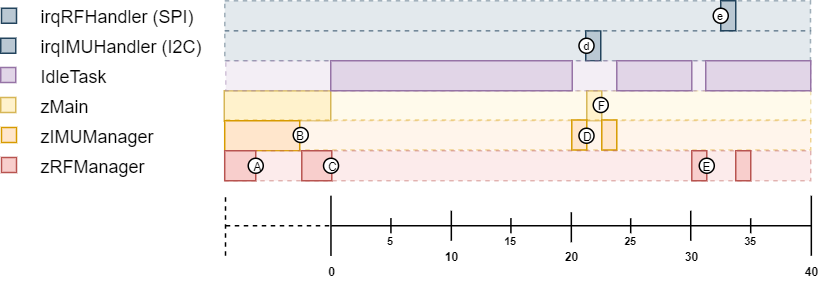
This is 5. Verification/3. Verification/1. Software Specification/task_timeline-remote2.png from esrg-silent-howl/zephyrus, a draw.io export, as it was before one commit. Source tidied: cells renumbered, new cells last; positions are measured from the earlier drawing's top-left corner, leaving out a move shared by most shapes. Source of this version:
```xml
<mxGraphModel>
  <root>
    <mxCell id="0" />
    <mxCell id="1" parent="0" />
    <mxCell id="2" style="endArrow=none;html=1;" parent="1" edge="1">
      <mxGeometry relative="1" as="geometry">
        <mxPoint x="220.4" y="150" as="sourcePoint" />
        <mxPoint x="540.2" y="150" as="targetPoint" />
      </mxGeometry>
    </mxCell>
    <mxCell id="3" style="endArrow=none;html=1;" parent="1" edge="1">
      <mxGeometry relative="1" as="geometry">
        <mxPoint x="300.4" y="160" as="sourcePoint" />
        <mxPoint x="300.4" y="140" as="targetPoint" />
      </mxGeometry>
    </mxCell>
    <mxCell id="4" style="endArrow=none;html=1;" parent="1" edge="1">
      <mxGeometry relative="1" as="geometry">
        <mxPoint x="380.4" y="161" as="sourcePoint" />
        <mxPoint x="380.4" y="141" as="targetPoint" />
      </mxGeometry>
    </mxCell>
    <mxCell id="5" style="endArrow=none;html=1;" parent="1" edge="1">
      <mxGeometry relative="1" as="geometry">
        <mxPoint x="460" y="160" as="sourcePoint" />
        <mxPoint x="460" y="140" as="targetPoint" />
      </mxGeometry>
    </mxCell>
    <mxCell id="6" style="endArrow=none;html=1;" parent="1" edge="1">
      <mxGeometry relative="1" as="geometry">
        <mxPoint x="540.4" y="170" as="sourcePoint" />
        <mxPoint x="540.4" y="130" as="targetPoint" />
      </mxGeometry>
    </mxCell>
    <mxCell id="7" style="endArrow=none;html=1;" parent="1" edge="1">
      <mxGeometry relative="1" as="geometry">
        <mxPoint x="220.1" y="170" as="sourcePoint" />
        <mxPoint x="220.1" y="130" as="targetPoint" />
      </mxGeometry>
    </mxCell>
    <mxCell id="8" style="text;html=1;align=center;verticalAlign=middle;whiteSpace=wrap;rounded=0;fontSize=11;fillColor=#ffe6cc;strokeColor=#d79b00;" parent="1" vertex="1">
      <mxGeometry x="0.5" y="84.5" width="10" height="10" as="geometry" />
    </mxCell>
    <mxCell id="9" value="zIMUManager" style="text;html=1;strokeColor=none;fillColor=none;align=left;verticalAlign=middle;whiteSpace=wrap;rounded=0;" parent="1" vertex="1">
      <mxGeometry x="25.2" y="79.5" width="86" height="20" as="geometry" />
    </mxCell>
    <mxCell id="10" value="zRFManager" style="text;html=1;strokeColor=none;fillColor=none;align=left;verticalAlign=middle;whiteSpace=wrap;rounded=0;" parent="1" vertex="1">
      <mxGeometry x="25.2" y="100" width="85" height="20" as="geometry" />
    </mxCell>
    <mxCell id="11" style="text;html=1;align=center;verticalAlign=middle;whiteSpace=wrap;rounded=0;fontSize=11;fillColor=#f8cecc;strokeColor=#b85450;" parent="1" vertex="1">
      <mxGeometry x="0.5" y="104.5" width="10" height="10" as="geometry" />
    </mxCell>
    <mxCell id="12" value="zMain" style="text;html=1;strokeColor=none;fillColor=none;align=left;verticalAlign=middle;whiteSpace=wrap;rounded=0;" parent="1" vertex="1">
      <mxGeometry x="25.2" y="60" width="45" height="20" as="geometry" />
    </mxCell>
    <mxCell id="13" style="rounded=0;whiteSpace=wrap;html=1;fillColor=#fff2cc;strokeColor=#d6b656;" parent="1" vertex="1">
      <mxGeometry y="64.5" width="10" height="10" as="geometry" />
    </mxCell>
    <mxCell id="14" style="endArrow=none;html=1;dashed=1;" parent="1" edge="1">
      <mxGeometry relative="1" as="geometry">
        <mxPoint x="150" y="150" as="sourcePoint" />
        <mxPoint x="220" y="150" as="targetPoint" />
      </mxGeometry>
    </mxCell>
    <mxCell id="15" style="endArrow=none;html=1;dashed=1;" parent="1" edge="1">
      <mxGeometry relative="1" as="geometry">
        <mxPoint x="149.8" y="170" as="sourcePoint" />
        <mxPoint x="149.8" y="130" as="targetPoint" />
      </mxGeometry>
    </mxCell>
    <mxCell id="16" value="10" style="text;html=1;strokeColor=none;fillColor=none;align=center;verticalAlign=middle;whiteSpace=wrap;rounded=0;fontSize=8;fontStyle=1;" parent="1" vertex="1">
      <mxGeometry x="290.6" y="160" width="19.6" height="20" as="geometry" />
    </mxCell>
    <mxCell id="17" value="20" style="text;html=1;strokeColor=none;fillColor=none;align=center;verticalAlign=middle;whiteSpace=wrap;rounded=0;fontSize=8;fontStyle=1;" parent="1" vertex="1">
      <mxGeometry x="370.6" y="160" width="19.6" height="20" as="geometry" />
    </mxCell>
    <mxCell id="18" value="0" style="text;html=1;strokeColor=none;fillColor=none;align=center;verticalAlign=middle;whiteSpace=wrap;rounded=0;fontSize=8;fontStyle=1;" parent="1" vertex="1">
      <mxGeometry x="210.4" y="170" width="19.8" height="20" as="geometry" />
    </mxCell>
    <mxCell id="19" value="30" style="text;html=1;strokeColor=none;fillColor=none;align=center;verticalAlign=middle;whiteSpace=wrap;rounded=0;fontSize=8;fontStyle=1;" parent="1" vertex="1">
      <mxGeometry x="450.6" y="160" width="19.6" height="20" as="geometry" />
    </mxCell>
    <mxCell id="20" value="40" style="text;html=1;strokeColor=none;fillColor=none;align=center;verticalAlign=middle;whiteSpace=wrap;rounded=0;fontSize=8;fontStyle=1;" parent="1" vertex="1">
      <mxGeometry x="530.6" y="170" width="19.6" height="20" as="geometry" />
    </mxCell>
    <mxCell id="21" style="endArrow=none;html=1;" parent="1" edge="1">
      <mxGeometry relative="1" as="geometry">
        <mxPoint x="260.1" y="155" as="sourcePoint" />
        <mxPoint x="260.1" y="145" as="targetPoint" />
      </mxGeometry>
    </mxCell>
    <mxCell id="22" style="endArrow=none;html=1;" parent="1" edge="1">
      <mxGeometry relative="1" as="geometry">
        <mxPoint x="340.1" y="155" as="sourcePoint" />
        <mxPoint x="340.1" y="145" as="targetPoint" />
      </mxGeometry>
    </mxCell>
    <mxCell id="23" style="endArrow=none;html=1;" parent="1" edge="1">
      <mxGeometry relative="1" as="geometry">
        <mxPoint x="420" y="155" as="sourcePoint" />
        <mxPoint x="420" y="145" as="targetPoint" />
      </mxGeometry>
    </mxCell>
    <mxCell id="24" style="endArrow=none;html=1;" parent="1" edge="1">
      <mxGeometry relative="1" as="geometry">
        <mxPoint x="500" y="155" as="sourcePoint" />
        <mxPoint x="500" y="145" as="targetPoint" />
      </mxGeometry>
    </mxCell>
    <mxCell id="25" value="5" style="text;html=1;strokeColor=none;fillColor=none;align=center;verticalAlign=middle;whiteSpace=wrap;rounded=0;fontSize=7;fontStyle=1;" parent="1" vertex="1">
      <mxGeometry x="250.2" y="150" width="19.6" height="20" as="geometry" />
    </mxCell>
    <mxCell id="26" value="15" style="text;html=1;strokeColor=none;fillColor=none;align=center;verticalAlign=middle;whiteSpace=wrap;rounded=0;fontSize=7;fontStyle=1;" parent="1" vertex="1">
      <mxGeometry x="330.4" y="150" width="19.6" height="20" as="geometry" />
    </mxCell>
    <mxCell id="27" value="25" style="text;html=1;strokeColor=none;fillColor=none;align=center;verticalAlign=middle;whiteSpace=wrap;rounded=0;fontSize=7;fontStyle=1;" parent="1" vertex="1">
      <mxGeometry x="410.6" y="150" width="19.6" height="20" as="geometry" />
    </mxCell>
    <mxCell id="28" value="35" style="text;html=1;strokeColor=none;fillColor=none;align=center;verticalAlign=middle;whiteSpace=wrap;rounded=0;fontSize=7;fontStyle=1;" parent="1" vertex="1">
      <mxGeometry x="490.6" y="150" width="19.6" height="20" as="geometry" />
    </mxCell>
    <mxCell id="29" style="rounded=0;whiteSpace=wrap;html=1;fillColor=#bac8d3;strokeColor=#23445d;dashed=1;opacity=40;" parent="1" vertex="1">
      <mxGeometry x="149.3" y="20" width="390.5" height="20" as="geometry" />
    </mxCell>
    <mxCell id="30" style="text;html=1;align=center;verticalAlign=middle;whiteSpace=wrap;rounded=0;fontSize=11;fillColor=#bac8d3;strokeColor=#23445d;" parent="1" vertex="1">
      <mxGeometry y="25" width="10" height="10" as="geometry" />
    </mxCell>
    <mxCell id="31" value="irqIMUHandler (I2C)" style="text;html=1;strokeColor=none;fillColor=none;align=left;verticalAlign=middle;whiteSpace=wrap;rounded=0;" parent="1" vertex="1">
      <mxGeometry x="25" y="20" width="125" height="20" as="geometry" />
    </mxCell>
    <mxCell id="32" style="rounded=0;whiteSpace=wrap;html=1;fillColor=#bac8d3;strokeColor=#23445d;" parent="1" vertex="1">
      <mxGeometry x="390" y="20" width="10" height="20" as="geometry" />
    </mxCell>
    <mxCell id="33" value="d" style="ellipse;whiteSpace=wrap;html=1;fontSize=7;spacingRight=0;" parent="1" vertex="1">
      <mxGeometry x="385.5" y="25" width="10" height="10" as="geometry" />
    </mxCell>
    <mxCell id="34" style="rounded=0;whiteSpace=wrap;html=1;fillColor=#bac8d3;strokeColor=#23445d;dashed=1;opacity=40;" parent="1" vertex="1">
      <mxGeometry x="149.3" width="390.5" height="20" as="geometry" />
    </mxCell>
    <mxCell id="35" style="rounded=0;whiteSpace=wrap;html=1;fillColor=#bac8d3;strokeColor=#23445d;" parent="1" vertex="1">
      <mxGeometry x="480" width="10" height="20" as="geometry" />
    </mxCell>
    <mxCell id="36" value="e" style="ellipse;whiteSpace=wrap;html=1;fontSize=7;spacingRight=0;" parent="1" vertex="1">
      <mxGeometry x="475" y="5" width="10" height="10" as="geometry" />
    </mxCell>
    <mxCell id="37" value="irqRFHandler (SPI)" style="text;html=1;strokeColor=none;fillColor=none;align=left;verticalAlign=middle;whiteSpace=wrap;rounded=0;" parent="1" vertex="1">
      <mxGeometry x="25" width="125" height="20" as="geometry" />
    </mxCell>
    <mxCell id="38" style="text;html=1;align=center;verticalAlign=middle;whiteSpace=wrap;rounded=0;fontSize=11;fillColor=#bac8d3;strokeColor=#23445d;" parent="1" vertex="1">
      <mxGeometry x="0.5" y="5" width="10" height="10" as="geometry" />
    </mxCell>
    <mxCell id="39" style="rounded=0;whiteSpace=wrap;html=1;strokeColor=#d6b656;fillColor=#fff2cc;dashed=1;opacity=40;" parent="1" vertex="1">
      <mxGeometry x="150" y="60" width="390" height="20" as="geometry" />
    </mxCell>
    <mxCell id="40" style="rounded=0;whiteSpace=wrap;html=1;fillColor=#fff2cc;strokeColor=#d6b656;" parent="1" vertex="1">
      <mxGeometry x="149" y="60" width="71" height="20" as="geometry" />
    </mxCell>
    <mxCell id="41" style="rounded=0;whiteSpace=wrap;html=1;fillColor=#fff2cc;strokeColor=#d6b656;" parent="1" vertex="1">
      <mxGeometry x="390.7" y="60" width="10" height="20" as="geometry" />
    </mxCell>
    <mxCell id="42" value="F" style="ellipse;whiteSpace=wrap;html=1;fontSize=8;" parent="1" vertex="1">
      <mxGeometry x="395" y="64.5" width="10" height="10" as="geometry" />
    </mxCell>
    <mxCell id="43" style="rounded=0;whiteSpace=wrap;html=1;strokeColor=#d79b00;fillColor=#ffe6cc;dashed=1;opacity=40;" parent="1" vertex="1">
      <mxGeometry x="150" y="79.5" width="390" height="20" as="geometry" />
    </mxCell>
    <mxCell id="44" style="rounded=0;whiteSpace=wrap;html=1;fillColor=#ffe6cc;strokeColor=#d79b00;" parent="1" vertex="1">
      <mxGeometry x="149.3" y="80" width="50" height="20" as="geometry" />
    </mxCell>
    <mxCell id="45" value="B" style="ellipse;whiteSpace=wrap;html=1;fontSize=8;spacingRight=0;" parent="1" vertex="1">
      <mxGeometry x="195" y="84.5" width="10" height="10" as="geometry" />
    </mxCell>
    <mxCell id="46" style="rounded=0;whiteSpace=wrap;html=1;fillColor=#ffe6cc;strokeColor=#d79b00;" parent="1" vertex="1">
      <mxGeometry x="380.7" y="79.5" width="10" height="20" as="geometry" />
    </mxCell>
    <mxCell id="47" style="rounded=0;whiteSpace=wrap;html=1;fillColor=#ffe6cc;strokeColor=#d79b00;" parent="1" vertex="1">
      <mxGeometry x="400.7" y="79.5" width="10" height="20" as="geometry" />
    </mxCell>
    <mxCell id="48" value="D" style="ellipse;whiteSpace=wrap;html=1;fontSize=8;" parent="1" vertex="1">
      <mxGeometry x="385.5" y="85" width="10" height="10" as="geometry" />
    </mxCell>
    <mxCell id="49" style="rounded=0;whiteSpace=wrap;html=1;strokeColor=#b85450;fillColor=#f8cecc;dashed=1;opacity=40;" parent="1" vertex="1">
      <mxGeometry x="150" y="100" width="390" height="20" as="geometry" />
    </mxCell>
    <mxCell id="50" style="rounded=0;whiteSpace=wrap;html=1;strokeColor=#b85450;fillColor=#f8cecc;" parent="1" vertex="1">
      <mxGeometry x="490" y="100" width="10" height="20" as="geometry" />
    </mxCell>
    <mxCell id="51" style="rounded=0;whiteSpace=wrap;html=1;fillColor=#f8cecc;strokeColor=#b85450;" parent="1" vertex="1">
      <mxGeometry x="460.7" y="100" width="10" height="20" as="geometry" />
    </mxCell>
    <mxCell id="52" value="E" style="ellipse;whiteSpace=wrap;html=1;fontSize=8;spacingRight=0;" parent="1" vertex="1">
      <mxGeometry x="465.7" y="105" width="10" height="10" as="geometry" />
    </mxCell>
    <mxCell id="53" style="rounded=0;whiteSpace=wrap;html=1;fillColor=#f8cecc;strokeColor=#b85450;" parent="1" vertex="1">
      <mxGeometry x="200.7" y="100" width="20" height="20" as="geometry" />
    </mxCell>
    <mxCell id="54" style="rounded=0;whiteSpace=wrap;html=1;fillColor=#f8cecc;strokeColor=#b85450;" parent="1" vertex="1">
      <mxGeometry x="149.3" y="100" width="20.7" height="20" as="geometry" />
    </mxCell>
    <mxCell id="55" value="A" style="ellipse;whiteSpace=wrap;html=1;fontSize=8;spacingRight=-1;" parent="1" vertex="1">
      <mxGeometry x="165" y="105" width="10" height="10" as="geometry" />
    </mxCell>
    <mxCell id="56" value="C" style="ellipse;whiteSpace=wrap;html=1;fontSize=8;align=center;verticalAlign=middle;spacingRight=0;spacingLeft=0;" parent="1" vertex="1">
      <mxGeometry x="215.2" y="105" width="10" height="10" as="geometry" />
    </mxCell>
    <mxCell id="57" style="rounded=0;whiteSpace=wrap;html=1;strokeColor=#9673a6;fillColor=#e1d5e7;dashed=1;opacity=40;" parent="1" vertex="1">
      <mxGeometry x="150" y="40" width="390" height="20" as="geometry" />
    </mxCell>
    <mxCell id="58" value="IdleTask" style="text;html=1;strokeColor=none;fillColor=none;align=left;verticalAlign=middle;whiteSpace=wrap;rounded=0;" parent="1" vertex="1">
      <mxGeometry x="25.2" y="40" width="45" height="20" as="geometry" />
    </mxCell>
    <mxCell id="59" style="rounded=0;whiteSpace=wrap;html=1;fillColor=#e1d5e7;strokeColor=#9673a6;" parent="1" vertex="1">
      <mxGeometry y="44.5" width="10" height="10" as="geometry" />
    </mxCell>
    <mxCell id="60" style="rounded=0;whiteSpace=wrap;html=1;fillColor=#e1d5e7;strokeColor=#9673a6;" parent="1" vertex="1">
      <mxGeometry x="220" y="40" width="161" height="20" as="geometry" />
    </mxCell>
    <mxCell id="61" style="rounded=0;whiteSpace=wrap;html=1;fillColor=#e1d5e7;strokeColor=#9673a6;" parent="1" vertex="1">
      <mxGeometry x="410.7" y="40" width="50" height="20" as="geometry" />
    </mxCell>
    <mxCell id="62" style="rounded=0;whiteSpace=wrap;html=1;fillColor=#e1d5e7;strokeColor=#9673a6;" parent="1" vertex="1">
      <mxGeometry x="470" y="40" width="70" height="20" as="geometry" />
    </mxCell>
  </root>
</mxGraphModel>
```
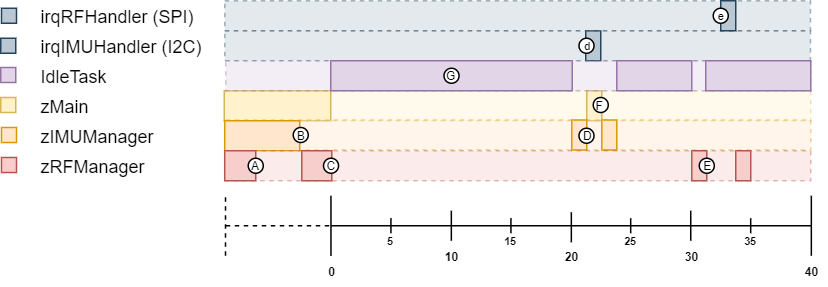
The same diagram one commit later.

Commit message:
ADD|UPDT: Remote Task Timeline Event Table + Remote task timeline fix

Diff of the diagram source:
```diff
@@ -221,5 +221,8 @@
     <mxCell id="62" style="rounded=0;whiteSpace=wrap;html=1;fillColor=#e1d5e7;strokeColor=#9673a6;" parent="1" vertex="1">
       <mxGeometry x="470" y="40" width="70" height="20" as="geometry" />
     </mxCell>
+    <mxCell id="63" value="G" style="ellipse;whiteSpace=wrap;html=1;fontSize=8;" parent="1" vertex="1">
+      <mxGeometry x="295.5" y="45" width="10" height="10" as="geometry" />
+    </mxCell>
   </root>
 </mxGraphModel>
```
